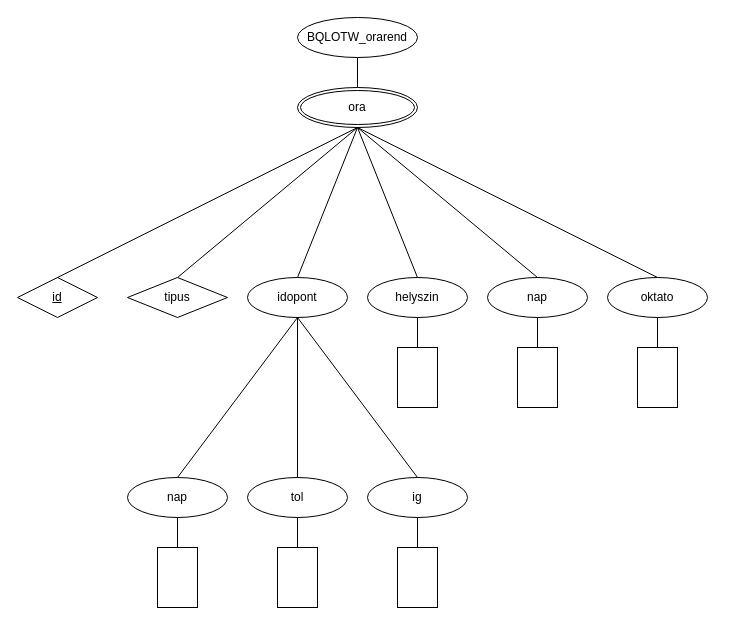
The draw.io diagram page "Page-1" (1 of 2) of BQLOTW_0917/BQLOTW_orarendER.drawio in RobertFerencsik/BQLOTWWebXML, before the edit. Source tidied: cells renumbered, new cells numbered last; positions are measured from the earlier drawing's top-left corner, leaving out a move shared by most shapes. Both pictures are drawn from the tidied source at 100%, with x=0, y=0 at pixel (17, 17).
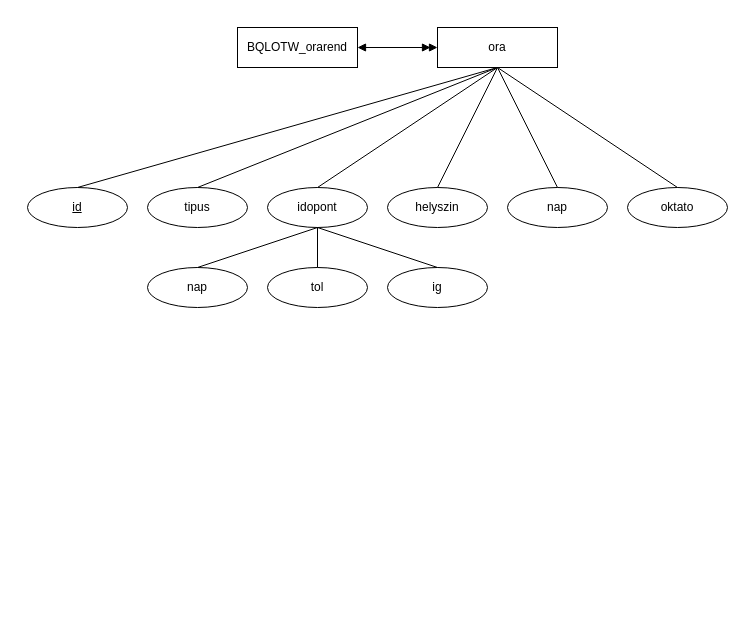
Above is the later version.

The edit, as a diff of the source:
```diff
@@
-    <mxCell id="2" value="ora" style="ellipse;shape=doubleEllipse;margin=3;whiteSpace=wrap;html=1;align=center;" parent="1" vertex="1">
-      <mxGeometry x="280" y="70" width="120" height="40" as="geometry" />
+    <mxCell id="2" value="ora" style="whiteSpace=wrap;html=1;align=center;" parent="1" vertex="1">
+      <mxGeometry x="420" y="10" width="120" height="40" as="geometry" />
     </mxCell>
-    <mxCell id="3" value="BQLOTW_orarend" style="ellipse;whiteSpace=wrap;html=1;align=center;" parent="1" vertex="1">
-      <mxGeometry x="280" width="120" height="40" as="geometry" />
+    <mxCell id="3" value="BQLOTW_orarend" style="whiteSpace=wrap;html=1;align=center;" parent="1" vertex="1">
+      <mxGeometry x="220" y="10" width="120" height="40" as="geometry" />
     </mxCell>
+    <mxCell id="22" style="fontSize=12;html=1;endArrow=doubleBlock;rounded=0;endFill=1;startArrow=block;startFill=1;exitX=1;exitY=0.5;exitDx=0;exitDy=0;entryX=0;entryY=0.5;entryDx=0;entryDy=0;" parent="1" edge="1" source="3" target="2">
+      <mxGeometry relative="1" as="geometry" />
+    </mxCell>
-    <mxCell id="4" value="id" style="shape=rhombus;perimeter=rhombusPerimeter;whiteSpace=wrap;html=1;align=center;fontStyle=4;" parent="1" vertex="1">
-      <mxGeometry y="260" width="80" height="40" as="geometry" />
+    <mxCell id="4" value="id" style="ellipse;whiteSpace=wrap;html=1;align=center;fontStyle=4;" parent="1" vertex="1">
+      <mxGeometry x="10" y="170" width="100" height="40" as="geometry" />
     </mxCell>
-    <mxCell id="5" value="tipus" style="shape=rhombus;perimeter=rhombusPerimeter;whiteSpace=wrap;html=1;align=center;fontStyle=0;" parent="1" vertex="1">
-      <mxGeometry x="110" y="260" width="100" height="40" as="geometry" />
+    <mxCell id="5" value="tipus" style="ellipse;whiteSpace=wrap;html=1;align=center;" parent="1" vertex="1">
+      <mxGeometry x="130" y="170" width="100" height="40" as="geometry" />
     </mxCell>
-    <mxCell id="6" value="idopont" style="ellipse;whiteSpace=wrap;html=1;align=center;fontStyle=0;" parent="1" vertex="1">
-      <mxGeometry x="230" y="260" width="100" height="40" as="geometry" />
+    <mxCell id="6" value="idopont" style="ellipse;whiteSpace=wrap;html=1;align=center;" parent="1" vertex="1">
+      <mxGeometry x="250" y="170" width="100" height="40" as="geometry" />
     </mxCell>
-    <mxCell id="7" value="nap" style="ellipse;whiteSpace=wrap;html=1;align=center;fontStyle=0;" parent="1" vertex="1">
-      <mxGeometry x="110" y="460" width="100" height="40" as="geometry" />
-    </mxCell>
+    <mxCell id="35" value="nap" style="ellipse;whiteSpace=wrap;html=1;align=center;fontStyle=0;" parent="1" vertex="1">
+      <mxGeometry x="130" y="250" width="100" height="40" as="geometry" />
+    </mxCell>
     <mxCell id="8" value="tol" style="ellipse;whiteSpace=wrap;html=1;align=center;fontStyle=0;" parent="1" vertex="1">
-      <mxGeometry x="230" y="460" width="100" height="40" as="geometry" />
+      <mxGeometry x="250" y="250" width="100" height="40" as="geometry" />
     </mxCell>
     <mxCell id="9" value="ig" style="ellipse;whiteSpace=wrap;html=1;align=center;fontStyle=0;" parent="1" vertex="1">
-      <mxGeometry x="350" y="460" width="100" height="40" as="geometry" />
+      <mxGeometry x="370" y="250" width="100" height="40" as="geometry" />
     </mxCell>
     <mxCell id="10" value="helyszin" style="ellipse;whiteSpace=wrap;html=1;align=center;fontStyle=0;" parent="1" vertex="1">
-      <mxGeometry x="350" y="260" width="100" height="40" as="geometry" />
+      <mxGeometry x="370" y="170" width="100" height="40" as="geometry" />
     </mxCell>
-    <mxCell id="11" value="nap" style="ellipse;whiteSpace=wrap;html=1;align=center;fontStyle=0;" parent="1" vertex="1">
-      <mxGeometry x="470" y="260" width="100" height="40" as="geometry" />
-    </mxCell>
+    <mxCell id="36" value="nap" style="ellipse;whiteSpace=wrap;html=1;align=center;fontStyle=0;" parent="1" vertex="1">
+      <mxGeometry x="490" y="170" width="100" height="40" as="geometry" />
+    </mxCell>
     <mxCell id="12" value="oktato" style="ellipse;whiteSpace=wrap;html=1;align=center;fontStyle=0;" parent="1" vertex="1">
-      <mxGeometry x="590" y="260" width="100" height="40" as="geometry" />
+      <mxGeometry x="610" y="170" width="100" height="40" as="geometry" />
     </mxCell>
@@
-    <mxCell id="16" style="endArrow=none;html=1;rounded=0;exitX=0.5;exitY=0;exitDx=0;exitDy=0;entryX=0.5;entryY=1;entryDx=0;entryDy=0;" parent="1" edge="1" source="10" target="2">
-      <mxGeometry relative="1" as="geometry" />
-    </mxCell>
-    <mxCell id="17" style="endArrow=none;html=1;rounded=0;exitX=0.5;exitY=0;exitDx=0;exitDy=0;entryX=0.5;entryY=1;entryDx=0;entryDy=0;" parent="1" edge="1" source="11" target="2">
-      <mxGeometry relative="1" as="geometry" />
-    </mxCell>
-    <mxCell id="18" style="endArrow=none;html=1;rounded=0;exitX=0.5;exitY=0;exitDx=0;exitDy=0;entryX=0.5;entryY=1;entryDx=0;entryDy=0;" parent="1" edge="1" source="12" target="2">
-      <mxGeometry relative="1" as="geometry" />
-    </mxCell>
-    <mxCell id="19" style="endArrow=none;html=1;rounded=0;entryX=0.5;entryY=1;entryDx=0;entryDy=0;exitX=0.5;exitY=0;exitDx=0;exitDy=0;" parent="1" edge="1" source="7" target="6">
-      <mxGeometry relative="1" as="geometry" />
-    </mxCell>
-    <mxCell id="20" style="endArrow=none;html=1;rounded=0;entryX=0.5;entryY=0;entryDx=0;entryDy=0;" parent="1" edge="1" target="8">
-      <mxGeometry relative="1" as="geometry">
-        <mxPoint x="280" y="300" as="sourcePoint" />
-      </mxGeometry>
-    </mxCell>
-    <mxCell id="21" style="endArrow=none;html=1;rounded=0;entryX=0.5;entryY=0;entryDx=0;entryDy=0;" parent="1" edge="1" target="9">
-      <mxGeometry relative="1" as="geometry">
-        <mxPoint x="280" y="300" as="sourcePoint" />
-      </mxGeometry>
-    </mxCell>
-    <mxCell id="22" style="endArrow=none;html=1;rounded=0;exitX=0.5;exitY=1;exitDx=0;exitDy=0;entryX=0.5;entryY=0;entryDx=0;entryDy=0;" parent="1" edge="1" source="3" target="2">
-      <mxGeometry relative="1" as="geometry" />
-    </mxCell>
-    <mxCell id="23" style="rounded=0;whiteSpace=wrap;html=1;" parent="1" vertex="1">
-      <mxGeometry x="140" y="530" width="40" height="60" as="geometry" />
-    </mxCell>
-    <mxCell id="24" style="rounded=0;whiteSpace=wrap;html=1;" parent="1" vertex="1">
-      <mxGeometry x="260" y="530" width="40" height="60" as="geometry" />
-    </mxCell>
-    <mxCell id="25" style="rounded=0;whiteSpace=wrap;html=1;" parent="1" vertex="1">
-      <mxGeometry x="380" y="530" width="40" height="60" as="geometry" />
-    </mxCell>
-    <mxCell id="26" style="endArrow=none;html=1;rounded=0;entryX=0.5;entryY=1;entryDx=0;entryDy=0;exitX=0.5;exitY=0;exitDx=0;exitDy=0;" parent="1" edge="1" source="25" target="9">
-      <mxGeometry relative="1" as="geometry" />
-    </mxCell>
-    <mxCell id="27" style="endArrow=none;html=1;rounded=0;entryX=0.5;entryY=1;entryDx=0;entryDy=0;exitX=0.5;exitY=0;exitDx=0;exitDy=0;" parent="1" edge="1" source="24" target="8">
-      <mxGeometry relative="1" as="geometry" />
-    </mxCell>
-    <mxCell id="28" style="endArrow=none;html=1;rounded=0;entryX=0.5;entryY=1;entryDx=0;entryDy=0;exitX=0.5;exitY=0;exitDx=0;exitDy=0;" parent="1" edge="1" source="23" target="7">
-      <mxGeometry relative="1" as="geometry" />
-    </mxCell>
-    <mxCell id="29" style="rounded=0;whiteSpace=wrap;html=1;" parent="1" vertex="1">
-      <mxGeometry x="380" y="330" width="40" height="60" as="geometry" />
-    </mxCell>
-    <mxCell id="30" style="endArrow=none;html=1;rounded=0;entryX=0.5;entryY=1;entryDx=0;entryDy=0;exitX=0.5;exitY=0;exitDx=0;exitDy=0;" parent="1" edge="1" source="29">
-      <mxGeometry relative="1" as="geometry">
-        <mxPoint x="400" y="300" as="targetPoint" />
-      </mxGeometry>
-    </mxCell>
-    <mxCell id="31" style="rounded=0;whiteSpace=wrap;html=1;" parent="1" vertex="1">
-      <mxGeometry x="500" y="330" width="40" height="60" as="geometry" />
-    </mxCell>
-    <mxCell id="32" style="endArrow=none;html=1;rounded=0;entryX=0.5;entryY=1;entryDx=0;entryDy=0;exitX=0.5;exitY=0;exitDx=0;exitDy=0;" parent="1" edge="1" source="31">
-      <mxGeometry relative="1" as="geometry">
-        <mxPoint x="520" y="300" as="targetPoint" />
-      </mxGeometry>
-    </mxCell>
-    <mxCell id="33" style="rounded=0;whiteSpace=wrap;html=1;" parent="1" vertex="1">
-      <mxGeometry x="620" y="330" width="40" height="60" as="geometry" />
-    </mxCell>
-    <mxCell id="34" style="endArrow=none;html=1;rounded=0;entryX=0.5;entryY=1;entryDx=0;entryDy=0;exitX=0.5;exitY=0;exitDx=0;exitDy=0;" parent="1" edge="1" source="33">
-      <mxGeometry relative="1" as="geometry">
-        <mxPoint x="640" y="300" as="targetPoint" />
-      </mxGeometry>
-    </mxCell>
+    <mxCell id="37" style="endArrow=none;html=1;rounded=0;exitX=0.5;exitY=0;exitDx=0;exitDy=0;" parent="1" edge="1" source="10">
+      <mxGeometry relative="1" as="geometry">
+        <mxPoint x="480" y="50" as="targetPoint" />
+      </mxGeometry>
+    </mxCell>
+    <mxCell id="38" style="endArrow=none;html=1;rounded=0;exitX=0.5;exitY=0;exitDx=0;exitDy=0;" parent="1" edge="1" source="36">
+      <mxGeometry relative="1" as="geometry">
+        <mxPoint x="480" y="50" as="targetPoint" />
+      </mxGeometry>
+    </mxCell>
+    <mxCell id="39" style="endArrow=none;html=1;rounded=0;exitX=0.5;exitY=0;exitDx=0;exitDy=0;" parent="1" edge="1" source="12">
+      <mxGeometry relative="1" as="geometry">
+        <mxPoint x="480" y="50" as="targetPoint" />
+      </mxGeometry>
+    </mxCell>
+    <mxCell id="40" style="endArrow=none;html=1;rounded=0;entryX=0.5;entryY=1;entryDx=0;entryDy=0;exitX=0.5;exitY=0;exitDx=0;exitDy=0;" parent="1" edge="1" source="35" target="6">
+      <mxGeometry relative="1" as="geometry" />
+    </mxCell>
+    <mxCell id="41" style="endArrow=none;html=1;rounded=0;entryX=0.5;entryY=0;entryDx=0;entryDy=0;" parent="1" edge="1" target="8">
+      <mxGeometry relative="1" as="geometry">
+        <mxPoint x="300" y="210" as="sourcePoint" />
+      </mxGeometry>
+    </mxCell>
+    <mxCell id="42" style="endArrow=none;html=1;rounded=0;entryX=0.5;entryY=0;entryDx=0;entryDy=0;" parent="1" edge="1" target="9">
+      <mxGeometry relative="1" as="geometry">
+        <mxPoint x="300" y="210" as="sourcePoint" />
+      </mxGeometry>
+    </mxCell>
```
